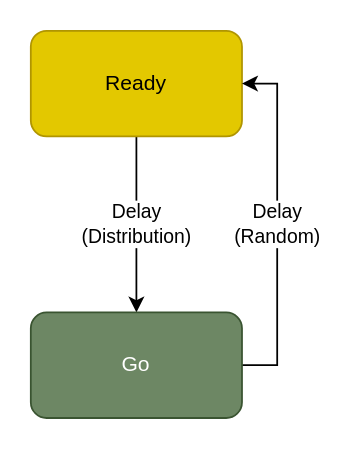
Above: ready-go_flowchart.drawio in SondreElg/thesis (draw.io), before the change. Source tidied: cells renumbered, new cells numbered last; positions are measured from the earlier drawing's top-left corner, leaving out a move shared by most shapes. Both pictures are drawn from the tidied source at 176%, with x=0, y=0 at pixel (30, 30).
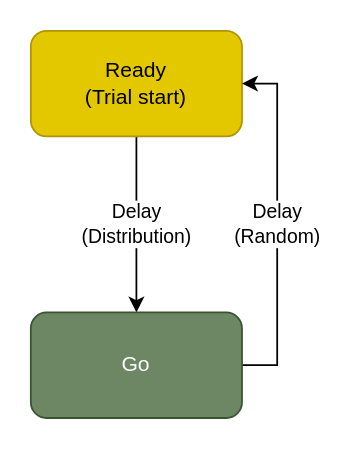
After the change.

Diff of the diagram source:
```diff
@@
 <mxGraphModel>
   <root>
     <mxCell id="0" />
     <mxCell id="1" parent="0" />
     <mxCell id="2" value="Delay&lt;br&gt;(Distribution)" style="edgeStyle=orthogonalEdgeStyle;rounded=0;jettySize=auto;html=1;exitX=0.5;exitY=1;exitDx=0;exitDy=0;" parent="1" edge="1" source="3" target="5">
       <mxGeometry relative="1" as="geometry" />
     </mxCell>
-    <mxCell id="3" value="Ready" style="rounded=1;whiteSpace=wrap;html=1;fillColor=#e3c800;strokeColor=#B09500;fontColor=#000000;" parent="1" vertex="1">
+    <mxCell id="3" value="Ready&lt;br&gt;(Trial start)" style="rounded=1;whiteSpace=wrap;html=1;fillColor=#e3c800;strokeColor=#B09500;fontColor=#000000;" parent="1" vertex="1">
       <mxGeometry width="120" height="60" as="geometry" />
     </mxCell>
     <mxCell id="4" value="Delay&lt;br&gt;(Random)" style="edgeStyle=orthogonalEdgeStyle;rounded=0;jettySize=auto;html=1;exitX=1;exitY=0.5;exitDx=0;exitDy=0;entryX=1;entryY=0.5;entryDx=0;entryDy=0;" parent="1" edge="1" source="5" target="3">
       <mxGeometry relative="1" as="geometry" />
     </mxCell>
     <mxCell id="5" value="Go" style="rounded=1;whiteSpace=wrap;html=1;fillColor=#6d8764;fontColor=#ffffff;strokeColor=#3A5431;" parent="1" vertex="1">
       <mxGeometry y="160" width="120" height="60" as="geometry" />
     </mxCell>
   </root>
 </mxGraphModel>
```
